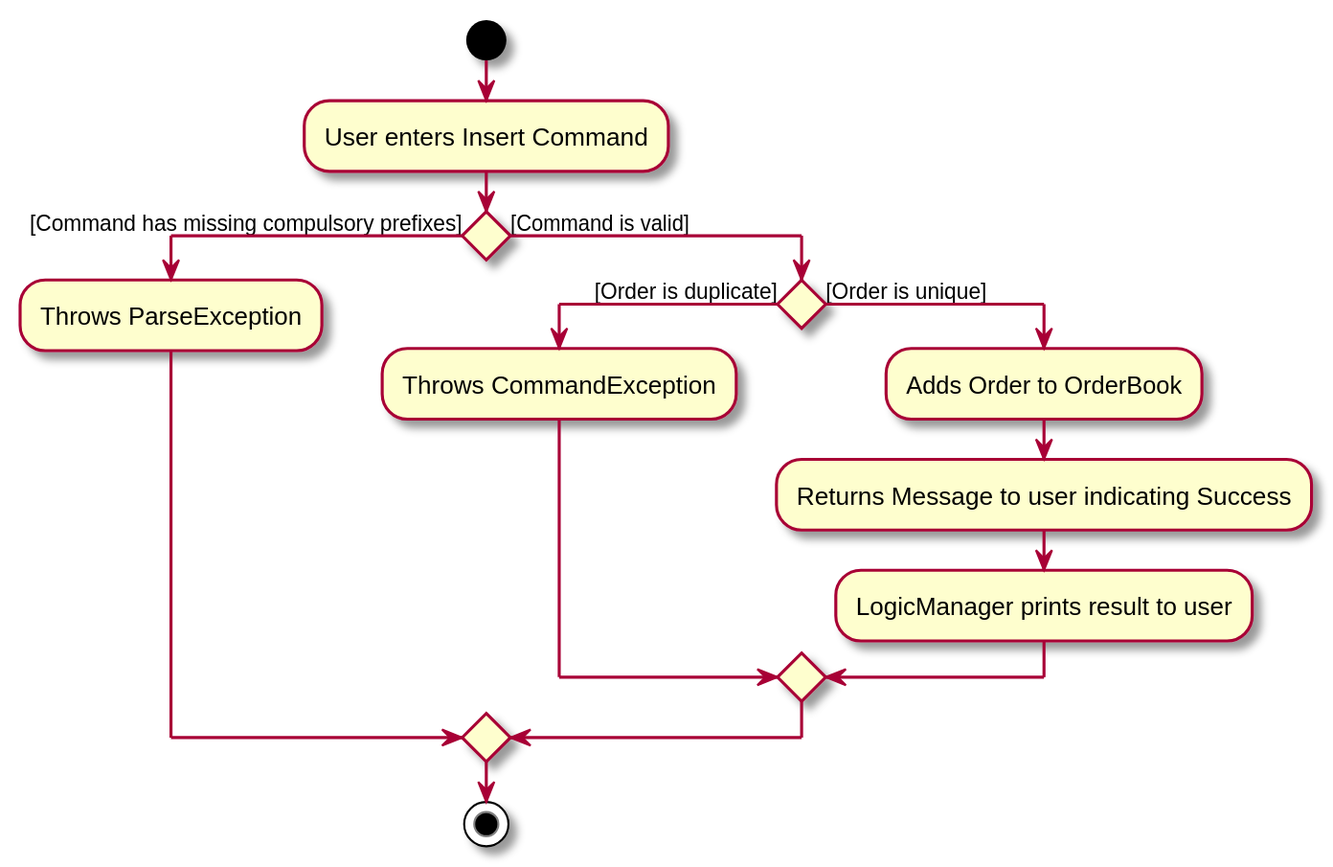
Earlier version of the PlantUML export docs/images/InsertActivityDiagram.svg (nus-cs2103-AY1920S2/addressbook-level3).
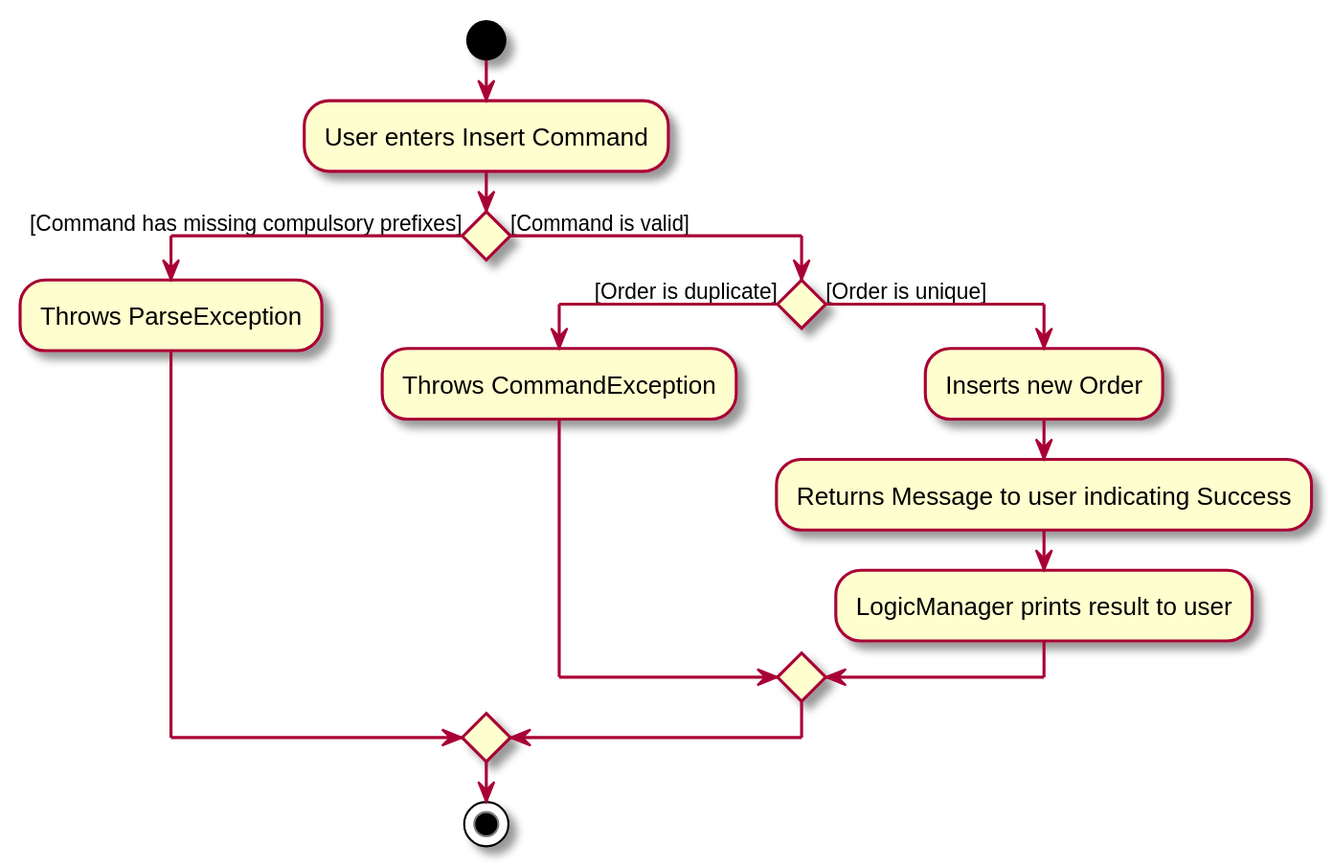
Later version of the same file.

What changed in the source:
```diff
@@ -13,10 +13,10 @@
     :Throws CommandException;
 
     else ([Order is unique])
-        :Adds Order to OrderBook;
+        :Inserts new Order;
         :Returns Message to user indicating Success;
         :LogicManager prints result to user;
         endif
-        endif
+    endif
 stop
 @enduml
```
